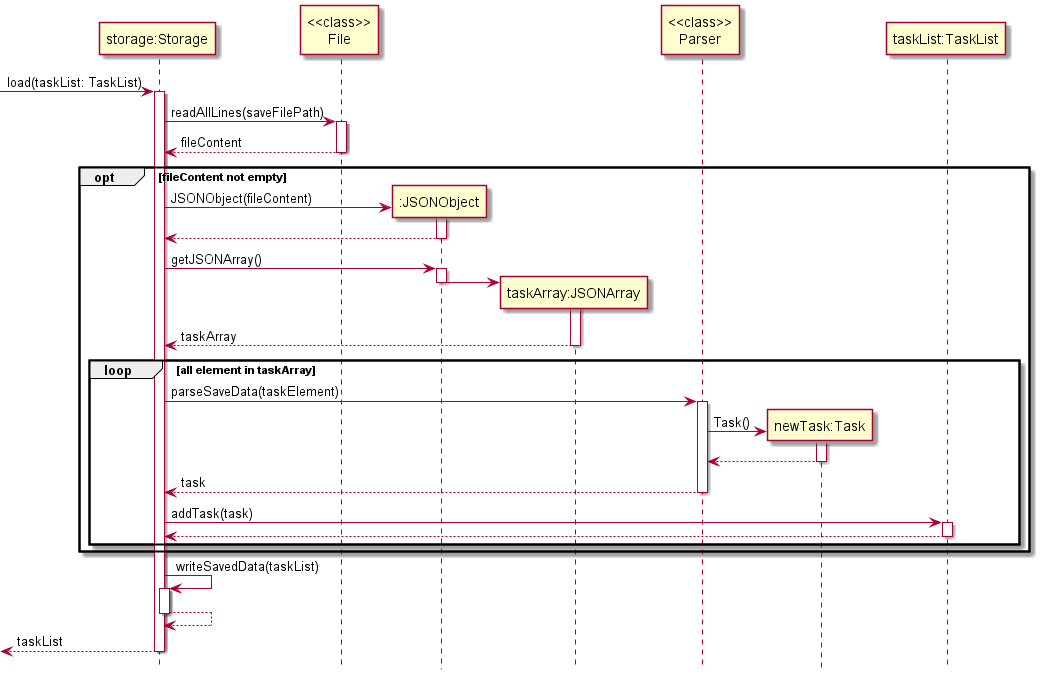
This is docs/images/StorageLoadSD.png from nus-cs2113-AY2122S2/tp, a PlantUML export, as it was before one commit.
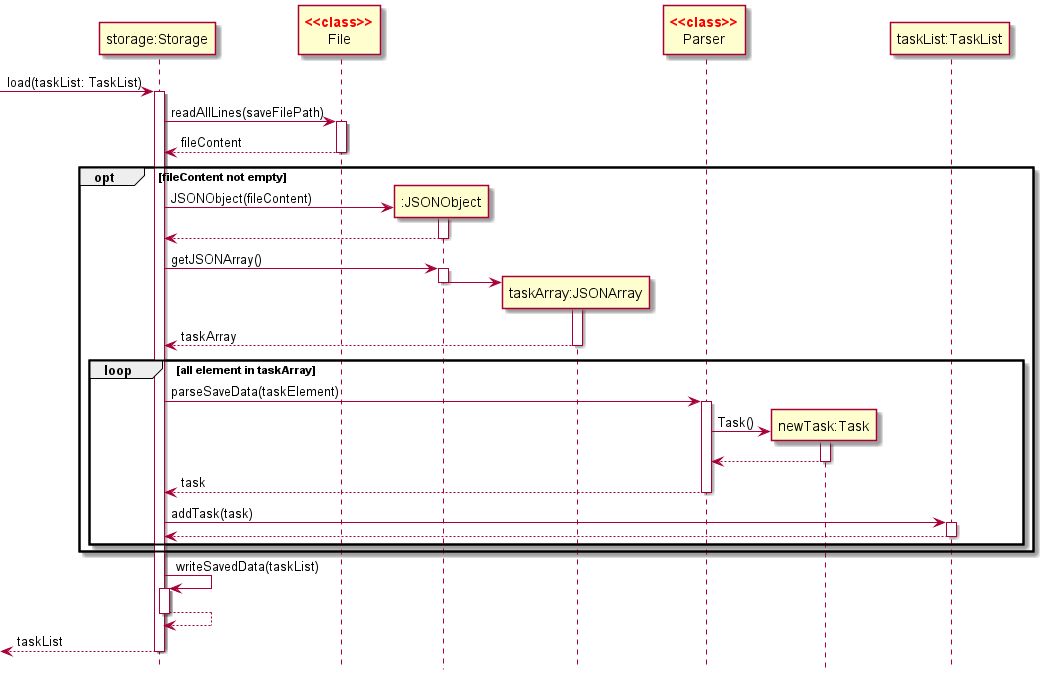
The same diagram one commit later.

Commit message:
Add color to class tag for sequence diagrams

The edit, as a diff of the source:
```diff
@@ -2,10 +2,10 @@
 
 hide footbox
 participant Storage as "storage:Storage"
-participant File as "<<class>>\nFile"
+participant File as "<font color=red>**<<class>>**\nFile"
 participant JSONObject as ":JSONObject"
 participant JSONArray as "taskArray:JSONArray"
-participant Parser as "<<class>>\nParser"
+participant Parser as "<font color=red>**<<class>>**\nParser"
 participant Task as "newTask:Task"
 participant List as "taskList:TaskList"
 
```
